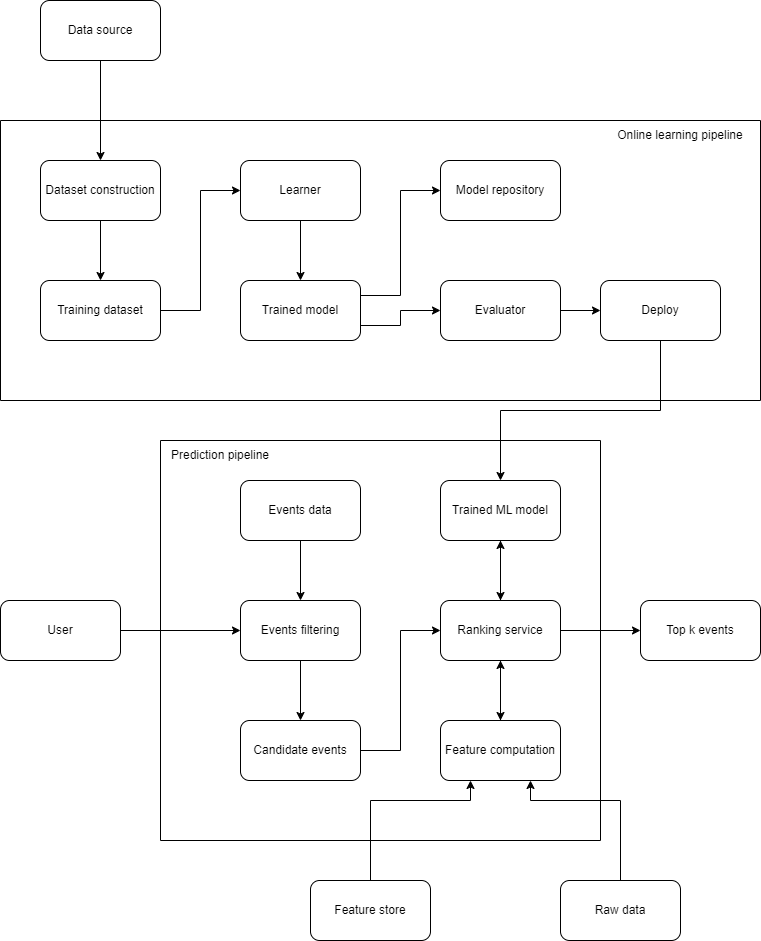
Before: machine-learning/image/machine-learning-system-design-1/event-recommendation-system-1.png, a diagram exported from draw.io (riehseun/riehseun.github.io). Source tidied: cells renumbered, new cells last; positions are measured from the earlier drawing's top-left corner, leaving out a move shared by most shapes. The source it was exported from:
```xml
<mxGraphModel>
  <root>
    <mxCell id="0" />
    <mxCell id="1" parent="0" />
    <mxCell id="2" style="swimlane;startSize=0;" parent="1" vertex="1">
      <mxGeometry y="120" width="760" height="280" as="geometry" />
    </mxCell>
    <mxCell id="3" style="edgeStyle=orthogonalEdgeStyle;rounded=0;jettySize=auto;html=1;exitX=0.5;exitY=1;exitDx=0;exitDy=0;entryX=0.5;entryY=0;entryDx=0;entryDy=0;" parent="2" edge="1" source="4" target="6">
      <mxGeometry relative="1" as="geometry" />
    </mxCell>
    <mxCell id="4" value="Dataset construction" style="rounded=1;whiteSpace=wrap;html=1;" parent="2" vertex="1">
      <mxGeometry x="40" y="40" width="120" height="60" as="geometry" />
    </mxCell>
    <mxCell id="5" style="edgeStyle=orthogonalEdgeStyle;rounded=0;jettySize=auto;html=1;exitX=1;exitY=0.5;exitDx=0;exitDy=0;entryX=0;entryY=0.5;entryDx=0;entryDy=0;" parent="2" edge="1" source="6" target="8">
      <mxGeometry relative="1" as="geometry" />
    </mxCell>
    <mxCell id="6" value="Training dataset" style="rounded=1;whiteSpace=wrap;html=1;" parent="2" vertex="1">
      <mxGeometry x="40" y="160" width="120" height="60" as="geometry" />
    </mxCell>
    <mxCell id="7" style="edgeStyle=orthogonalEdgeStyle;rounded=0;jettySize=auto;html=1;exitX=0.5;exitY=1;exitDx=0;exitDy=0;" parent="2" edge="1" source="8" target="11">
      <mxGeometry relative="1" as="geometry" />
    </mxCell>
    <mxCell id="8" value="Learner" style="rounded=1;whiteSpace=wrap;html=1;" parent="2" vertex="1">
      <mxGeometry x="240" y="40" width="120" height="60" as="geometry" />
    </mxCell>
    <mxCell id="9" style="edgeStyle=orthogonalEdgeStyle;rounded=0;jettySize=auto;html=1;exitX=1;exitY=0.25;exitDx=0;exitDy=0;entryX=0;entryY=0.5;entryDx=0;entryDy=0;" parent="2" edge="1" source="11" target="12">
      <mxGeometry relative="1" as="geometry" />
    </mxCell>
    <mxCell id="10" style="edgeStyle=orthogonalEdgeStyle;rounded=0;jettySize=auto;html=1;exitX=1;exitY=0.75;exitDx=0;exitDy=0;entryX=0;entryY=0.5;entryDx=0;entryDy=0;" parent="2" edge="1" source="11" target="14">
      <mxGeometry relative="1" as="geometry" />
    </mxCell>
    <mxCell id="11" value="Trained model" style="rounded=1;whiteSpace=wrap;html=1;" parent="2" vertex="1">
      <mxGeometry x="240" y="160" width="120" height="60" as="geometry" />
    </mxCell>
    <mxCell id="12" value="Model repository" style="rounded=1;whiteSpace=wrap;html=1;" parent="2" vertex="1">
      <mxGeometry x="440" y="40" width="120" height="60" as="geometry" />
    </mxCell>
    <mxCell id="13" style="edgeStyle=orthogonalEdgeStyle;rounded=0;jettySize=auto;html=1;exitX=1;exitY=0.5;exitDx=0;exitDy=0;entryX=0;entryY=0.5;entryDx=0;entryDy=0;" parent="2" edge="1" source="14" target="15">
      <mxGeometry relative="1" as="geometry" />
    </mxCell>
    <mxCell id="14" value="Evaluator" style="rounded=1;whiteSpace=wrap;html=1;" parent="2" vertex="1">
      <mxGeometry x="440" y="160" width="120" height="60" as="geometry" />
    </mxCell>
    <mxCell id="15" value="Deploy" style="rounded=1;whiteSpace=wrap;html=1;" parent="2" vertex="1">
      <mxGeometry x="600" y="160" width="120" height="60" as="geometry" />
    </mxCell>
    <mxCell id="16" value="Online learning pipeline" style="text;html=1;strokeColor=none;fillColor=none;align=center;verticalAlign=middle;whiteSpace=wrap;rounded=0;" parent="2" vertex="1">
      <mxGeometry x="600" width="160" height="30" as="geometry" />
    </mxCell>
    <mxCell id="17" style="edgeStyle=orthogonalEdgeStyle;rounded=0;jettySize=auto;html=1;exitX=0.5;exitY=1;exitDx=0;exitDy=0;entryX=0.5;entryY=0;entryDx=0;entryDy=0;" parent="1" edge="1" source="18" target="4">
      <mxGeometry relative="1" as="geometry" />
    </mxCell>
    <mxCell id="18" value="Data source" style="rounded=1;whiteSpace=wrap;html=1;" parent="1" vertex="1">
      <mxGeometry x="40" width="120" height="60" as="geometry" />
    </mxCell>
    <mxCell id="19" style="swimlane;startSize=0;" parent="1" vertex="1">
      <mxGeometry x="160" y="440" width="440" height="400" as="geometry" />
    </mxCell>
    <mxCell id="20" style="edgeStyle=orthogonalEdgeStyle;rounded=0;jettySize=auto;html=1;exitX=0.5;exitY=1;exitDx=0;exitDy=0;entryX=0.5;entryY=0;entryDx=0;entryDy=0;" parent="19" edge="1" source="21" target="24">
      <mxGeometry relative="1" as="geometry" />
    </mxCell>
    <mxCell id="21" value="Trained ML model" style="rounded=1;whiteSpace=wrap;html=1;" parent="19" vertex="1">
      <mxGeometry x="280" y="40" width="120" height="60" as="geometry" />
    </mxCell>
    <mxCell id="22" style="edgeStyle=orthogonalEdgeStyle;rounded=0;jettySize=auto;html=1;exitX=0.5;exitY=1;exitDx=0;exitDy=0;entryX=0.5;entryY=0;entryDx=0;entryDy=0;" parent="19" edge="1" source="24" target="26">
      <mxGeometry relative="1" as="geometry" />
    </mxCell>
    <mxCell id="23" style="edgeStyle=orthogonalEdgeStyle;rounded=0;jettySize=auto;html=1;exitX=0.5;exitY=0;exitDx=0;exitDy=0;entryX=0.5;entryY=1;entryDx=0;entryDy=0;" parent="19" edge="1" source="24" target="21">
      <mxGeometry relative="1" as="geometry" />
    </mxCell>
    <mxCell id="24" value="Ranking service" style="rounded=1;whiteSpace=wrap;html=1;" parent="19" vertex="1">
      <mxGeometry x="280" y="160" width="120" height="60" as="geometry" />
    </mxCell>
    <mxCell id="25" style="edgeStyle=orthogonalEdgeStyle;rounded=0;jettySize=auto;html=1;exitX=0.5;exitY=0;exitDx=0;exitDy=0;" parent="19" edge="1" source="26" target="24">
      <mxGeometry relative="1" as="geometry" />
    </mxCell>
    <mxCell id="26" value="Feature computation" style="rounded=1;whiteSpace=wrap;html=1;" parent="19" vertex="1">
      <mxGeometry x="280" y="280" width="120" height="60" as="geometry" />
    </mxCell>
    <mxCell id="27" style="edgeStyle=orthogonalEdgeStyle;rounded=0;jettySize=auto;html=1;exitX=0.5;exitY=1;exitDx=0;exitDy=0;entryX=0.5;entryY=0;entryDx=0;entryDy=0;" parent="19" edge="1" source="28" target="32">
      <mxGeometry relative="1" as="geometry" />
    </mxCell>
    <mxCell id="28" value="Events filtering" style="rounded=1;whiteSpace=wrap;html=1;" parent="19" vertex="1">
      <mxGeometry x="80" y="160" width="120" height="60" as="geometry" />
    </mxCell>
    <mxCell id="29" style="edgeStyle=orthogonalEdgeStyle;rounded=0;jettySize=auto;html=1;exitX=0.5;exitY=1;exitDx=0;exitDy=0;entryX=0.5;entryY=0;entryDx=0;entryDy=0;" parent="19" edge="1" source="30" target="28">
      <mxGeometry relative="1" as="geometry" />
    </mxCell>
    <mxCell id="30" value="Events data" style="rounded=1;whiteSpace=wrap;html=1;" parent="19" vertex="1">
      <mxGeometry x="80" y="40" width="120" height="60" as="geometry" />
    </mxCell>
    <mxCell id="31" style="edgeStyle=orthogonalEdgeStyle;rounded=0;jettySize=auto;html=1;exitX=1;exitY=0.5;exitDx=0;exitDy=0;entryX=0;entryY=0.5;entryDx=0;entryDy=0;" parent="19" edge="1" source="32" target="24">
      <mxGeometry relative="1" as="geometry" />
    </mxCell>
    <mxCell id="32" value="Candidate events" style="rounded=1;whiteSpace=wrap;html=1;" parent="19" vertex="1">
      <mxGeometry x="80" y="280" width="120" height="60" as="geometry" />
    </mxCell>
    <mxCell id="33" value="Prediction pipeline" style="text;html=1;strokeColor=none;fillColor=none;align=center;verticalAlign=middle;whiteSpace=wrap;rounded=0;" parent="19" vertex="1">
      <mxGeometry width="120" height="30" as="geometry" />
    </mxCell>
    <mxCell id="34" style="edgeStyle=orthogonalEdgeStyle;rounded=0;jettySize=auto;html=1;exitX=0.5;exitY=0;exitDx=0;exitDy=0;entryX=0.25;entryY=1;entryDx=0;entryDy=0;" parent="1" edge="1" source="35" target="26">
      <mxGeometry relative="1" as="geometry">
        <Array as="points">
          <mxPoint x="370" y="800" />
          <mxPoint x="470" y="800" />
        </Array>
      </mxGeometry>
    </mxCell>
    <mxCell id="35" value="Feature store" style="rounded=1;whiteSpace=wrap;html=1;" parent="1" vertex="1">
      <mxGeometry x="310" y="880" width="120" height="60" as="geometry" />
    </mxCell>
    <mxCell id="36" style="edgeStyle=orthogonalEdgeStyle;rounded=0;jettySize=auto;html=1;exitX=0.5;exitY=0;exitDx=0;exitDy=0;entryX=0.75;entryY=1;entryDx=0;entryDy=0;" parent="1" edge="1" source="37" target="26">
      <mxGeometry relative="1" as="geometry">
        <Array as="points">
          <mxPoint x="620" y="800" />
          <mxPoint x="530" y="800" />
        </Array>
      </mxGeometry>
    </mxCell>
    <mxCell id="37" value="Raw data" style="rounded=1;whiteSpace=wrap;html=1;" parent="1" vertex="1">
      <mxGeometry x="560" y="880" width="120" height="60" as="geometry" />
    </mxCell>
    <mxCell id="38" style="edgeStyle=orthogonalEdgeStyle;rounded=0;jettySize=auto;html=1;exitX=1;exitY=0.5;exitDx=0;exitDy=0;entryX=0;entryY=0.5;entryDx=0;entryDy=0;" parent="1" edge="1" source="39" target="28">
      <mxGeometry relative="1" as="geometry" />
    </mxCell>
    <mxCell id="39" value="User" style="rounded=1;whiteSpace=wrap;html=1;" parent="1" vertex="1">
      <mxGeometry y="600" width="120" height="60" as="geometry" />
    </mxCell>
    <mxCell id="40" value="Top k events" style="rounded=1;whiteSpace=wrap;html=1;" parent="1" vertex="1">
      <mxGeometry x="640" y="600" width="120" height="60" as="geometry" />
    </mxCell>
    <mxCell id="41" style="edgeStyle=orthogonalEdgeStyle;rounded=0;jettySize=auto;html=1;exitX=1;exitY=0.5;exitDx=0;exitDy=0;entryX=0;entryY=0.5;entryDx=0;entryDy=0;" parent="1" edge="1" source="24" target="40">
      <mxGeometry relative="1" as="geometry" />
    </mxCell>
    <mxCell id="42" style="edgeStyle=orthogonalEdgeStyle;rounded=0;jettySize=auto;html=1;exitX=0.5;exitY=1;exitDx=0;exitDy=0;entryX=0.5;entryY=0;entryDx=0;entryDy=0;" parent="1" edge="1" source="15" target="21">
      <mxGeometry relative="1" as="geometry" />
    </mxCell>
  </root>
</mxGraphModel>
```
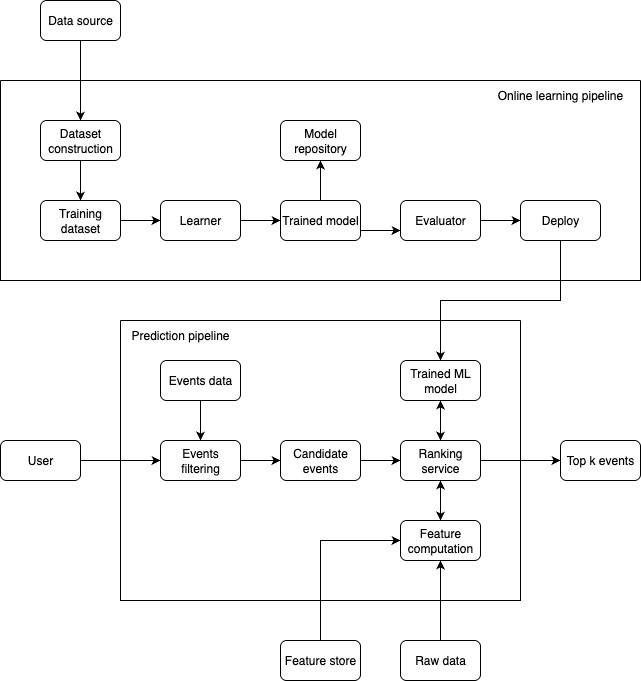
After the commit.

Diff of the diagram source:
```diff
@@ -3,64 +3,64 @@
     <mxCell id="0" />
     <mxCell id="1" parent="0" />
     <mxCell id="2" style="swimlane;startSize=0;" parent="1" vertex="1">
-      <mxGeometry y="120" width="760" height="280" as="geometry" />
+      <mxGeometry y="120" width="640" height="200" as="geometry" />
     </mxCell>
     <mxCell id="3" style="edgeStyle=orthogonalEdgeStyle;rounded=0;jettySize=auto;html=1;exitX=0.5;exitY=1;exitDx=0;exitDy=0;entryX=0.5;entryY=0;entryDx=0;entryDy=0;" parent="2" edge="1" source="4" target="6">
       <mxGeometry relative="1" as="geometry" />
     </mxCell>
     <mxCell id="4" value="Dataset construction" style="rounded=1;whiteSpace=wrap;html=1;" parent="2" vertex="1">
-      <mxGeometry x="40" y="40" width="120" height="60" as="geometry" />
+      <mxGeometry x="40" y="40" width="80" height="40" as="geometry" />
     </mxCell>
     <mxCell id="5" style="edgeStyle=orthogonalEdgeStyle;rounded=0;jettySize=auto;html=1;exitX=1;exitY=0.5;exitDx=0;exitDy=0;entryX=0;entryY=0.5;entryDx=0;entryDy=0;" parent="2" edge="1" source="6" target="8">
       <mxGeometry relative="1" as="geometry" />
     </mxCell>
     <mxCell id="6" value="Training dataset" style="rounded=1;whiteSpace=wrap;html=1;" parent="2" vertex="1">
-      <mxGeometry x="40" y="160" width="120" height="60" as="geometry" />
+      <mxGeometry x="40" y="120" width="80" height="40" as="geometry" />
     </mxCell>
-    <mxCell id="7" style="edgeStyle=orthogonalEdgeStyle;rounded=0;jettySize=auto;html=1;exitX=0.5;exitY=1;exitDx=0;exitDy=0;" parent="2" edge="1" source="8" target="11">
+    <mxCell id="7" style="edgeStyle=orthogonalEdgeStyle;rounded=0;jettySize=auto;html=1;exitX=1;exitY=0.5;exitDx=0;exitDy=0;entryX=0;entryY=0.5;entryDx=0;entryDy=0;" parent="2" edge="1" source="8" target="11">
       <mxGeometry relative="1" as="geometry" />
     </mxCell>
     <mxCell id="8" value="Learner" style="rounded=1;whiteSpace=wrap;html=1;" parent="2" vertex="1">
-      <mxGeometry x="240" y="40" width="120" height="60" as="geometry" />
+      <mxGeometry x="160" y="120" width="80" height="40" as="geometry" />
     </mxCell>
+    <mxCell id="10" style="edgeStyle=orthogonalEdgeStyle;rounded=0;jettySize=auto;html=1;exitX=1;exitY=0.75;exitDx=0;exitDy=0;entryX=0;entryY=0.75;entryDx=0;entryDy=0;" parent="2" edge="1" source="11" target="14">
+      <mxGeometry relative="1" as="geometry" />
+    </mxCell>
-    <mxCell id="9" style="edgeStyle=orthogonalEdgeStyle;rounded=0;jettySize=auto;html=1;exitX=1;exitY=0.25;exitDx=0;exitDy=0;entryX=0;entryY=0.5;entryDx=0;entryDy=0;" parent="2" edge="1" source="11" target="12">
+    <mxCell id="9" style="edgeStyle=orthogonalEdgeStyle;rounded=0;jettySize=auto;html=1;exitX=0.5;exitY=0;exitDx=0;exitDy=0;entryX=0.5;entryY=1;entryDx=0;entryDy=0;" parent="2" edge="1" source="11" target="12">
       <mxGeometry relative="1" as="geometry" />
     </mxCell>
-    <mxCell id="10" style="edgeStyle=orthogonalEdgeStyle;rounded=0;jettySize=auto;html=1;exitX=1;exitY=0.75;exitDx=0;exitDy=0;entryX=0;entryY=0.5;entryDx=0;entryDy=0;" parent="2" edge="1" source="11" target="14">
-      <mxGeometry relative="1" as="geometry" />
-    </mxCell>
     <mxCell id="11" value="Trained model" style="rounded=1;whiteSpace=wrap;html=1;" parent="2" vertex="1">
-      <mxGeometry x="240" y="160" width="120" height="60" as="geometry" />
+      <mxGeometry x="280" y="120" width="80" height="40" as="geometry" />
     </mxCell>
     <mxCell id="12" value="Model repository" style="rounded=1;whiteSpace=wrap;html=1;" parent="2" vertex="1">
-      <mxGeometry x="440" y="40" width="120" height="60" as="geometry" />
+      <mxGeometry x="280" y="40" width="80" height="40" as="geometry" />
     </mxCell>
     <mxCell id="13" style="edgeStyle=orthogonalEdgeStyle;rounded=0;jettySize=auto;html=1;exitX=1;exitY=0.5;exitDx=0;exitDy=0;entryX=0;entryY=0.5;entryDx=0;entryDy=0;" parent="2" edge="1" source="14" target="15">
       <mxGeometry relative="1" as="geometry" />
     </mxCell>
     <mxCell id="14" value="Evaluator" style="rounded=1;whiteSpace=wrap;html=1;" parent="2" vertex="1">
-      <mxGeometry x="440" y="160" width="120" height="60" as="geometry" />
+      <mxGeometry x="400" y="120" width="80" height="40" as="geometry" />
     </mxCell>
     <mxCell id="15" value="Deploy" style="rounded=1;whiteSpace=wrap;html=1;" parent="2" vertex="1">
-      <mxGeometry x="600" y="160" width="120" height="60" as="geometry" />
+      <mxGeometry x="520" y="120" width="80" height="40" as="geometry" />
     </mxCell>
     <mxCell id="16" value="Online learning pipeline" style="text;html=1;strokeColor=none;fillColor=none;align=center;verticalAlign=middle;whiteSpace=wrap;rounded=0;" parent="2" vertex="1">
-      <mxGeometry x="600" width="160" height="30" as="geometry" />
+      <mxGeometry x="480" width="160" height="30" as="geometry" />
     </mxCell>
     <mxCell id="17" style="edgeStyle=orthogonalEdgeStyle;rounded=0;jettySize=auto;html=1;exitX=0.5;exitY=1;exitDx=0;exitDy=0;entryX=0.5;entryY=0;entryDx=0;entryDy=0;" parent="1" edge="1" source="18" target="4">
       <mxGeometry relative="1" as="geometry" />
     </mxCell>
     <mxCell id="18" value="Data source" style="rounded=1;whiteSpace=wrap;html=1;" parent="1" vertex="1">
-      <mxGeometry x="40" width="120" height="60" as="geometry" />
+      <mxGeometry x="40" y="40" width="80" height="40" as="geometry" />
     </mxCell>
     <mxCell id="19" style="swimlane;startSize=0;" parent="1" vertex="1">
-      <mxGeometry x="160" y="440" width="440" height="400" as="geometry" />
+      <mxGeometry x="120" y="360" width="400" height="280" as="geometry" />
     </mxCell>
     <mxCell id="20" style="edgeStyle=orthogonalEdgeStyle;rounded=0;jettySize=auto;html=1;exitX=0.5;exitY=1;exitDx=0;exitDy=0;entryX=0.5;entryY=0;entryDx=0;entryDy=0;" parent="19" edge="1" source="21" target="24">
       <mxGeometry relative="1" as="geometry" />
     </mxCell>
     <mxCell id="21" value="Trained ML model" style="rounded=1;whiteSpace=wrap;html=1;" parent="19" vertex="1">
-      <mxGeometry x="280" y="40" width="120" height="60" as="geometry" />
+      <mxGeometry x="280" y="40" width="80" height="40" as="geometry" />
     </mxCell>
     <mxCell id="22" style="edgeStyle=orthogonalEdgeStyle;rounded=0;jettySize=auto;html=1;exitX=0.5;exitY=1;exitDx=0;exitDy=0;entryX=0.5;entryY=0;entryDx=0;entryDy=0;" parent="19" edge="1" source="24" target="26">
       <mxGeometry relative="1" as="geometry" />
@@ -69,65 +69,55 @@
       <mxGeometry relative="1" as="geometry" />
     </mxCell>
     <mxCell id="24" value="Ranking service" style="rounded=1;whiteSpace=wrap;html=1;" parent="19" vertex="1">
-      <mxGeometry x="280" y="160" width="120" height="60" as="geometry" />
+      <mxGeometry x="280" y="120" width="80" height="40" as="geometry" />
     </mxCell>
     <mxCell id="25" style="edgeStyle=orthogonalEdgeStyle;rounded=0;jettySize=auto;html=1;exitX=0.5;exitY=0;exitDx=0;exitDy=0;" parent="19" edge="1" source="26" target="24">
       <mxGeometry relative="1" as="geometry" />
     </mxCell>
     <mxCell id="26" value="Feature computation" style="rounded=1;whiteSpace=wrap;html=1;" parent="19" vertex="1">
-      <mxGeometry x="280" y="280" width="120" height="60" as="geometry" />
+      <mxGeometry x="280" y="200" width="80" height="40" as="geometry" />
     </mxCell>
-    <mxCell id="27" style="edgeStyle=orthogonalEdgeStyle;rounded=0;jettySize=auto;html=1;exitX=0.5;exitY=1;exitDx=0;exitDy=0;entryX=0.5;entryY=0;entryDx=0;entryDy=0;" parent="19" edge="1" source="28" target="32">
+    <mxCell id="27" style="edgeStyle=orthogonalEdgeStyle;rounded=0;jettySize=auto;html=1;exitX=1;exitY=0.5;exitDx=0;exitDy=0;entryX=0;entryY=0.5;entryDx=0;entryDy=0;" parent="19" edge="1" source="28" target="32">
       <mxGeometry relative="1" as="geometry" />
     </mxCell>
     <mxCell id="28" value="Events filtering" style="rounded=1;whiteSpace=wrap;html=1;" parent="19" vertex="1">
-      <mxGeometry x="80" y="160" width="120" height="60" as="geometry" />
+      <mxGeometry x="40" y="120" width="80" height="40" as="geometry" />
     </mxCell>
     <mxCell id="29" style="edgeStyle=orthogonalEdgeStyle;rounded=0;jettySize=auto;html=1;exitX=0.5;exitY=1;exitDx=0;exitDy=0;entryX=0.5;entryY=0;entryDx=0;entryDy=0;" parent="19" edge="1" source="30" target="28">
       <mxGeometry relative="1" as="geometry" />
     </mxCell>
     <mxCell id="30" value="Events data" style="rounded=1;whiteSpace=wrap;html=1;" parent="19" vertex="1">
-      <mxGeometry x="80" y="40" width="120" height="60" as="geometry" />
+      <mxGeometry x="40" y="40" width="80" height="40" as="geometry" />
     </mxCell>
     <mxCell id="31" style="edgeStyle=orthogonalEdgeStyle;rounded=0;jettySize=auto;html=1;exitX=1;exitY=0.5;exitDx=0;exitDy=0;entryX=0;entryY=0.5;entryDx=0;entryDy=0;" parent="19" edge="1" source="32" target="24">
       <mxGeometry relative="1" as="geometry" />
     </mxCell>
     <mxCell id="32" value="Candidate events" style="rounded=1;whiteSpace=wrap;html=1;" parent="19" vertex="1">
-      <mxGeometry x="80" y="280" width="120" height="60" as="geometry" />
+      <mxGeometry x="160" y="120" width="80" height="40" as="geometry" />
     </mxCell>
     <mxCell id="33" value="Prediction pipeline" style="text;html=1;strokeColor=none;fillColor=none;align=center;verticalAlign=middle;whiteSpace=wrap;rounded=0;" parent="19" vertex="1">
       <mxGeometry width="120" height="30" as="geometry" />
     </mxCell>
-    <mxCell id="34" style="edgeStyle=orthogonalEdgeStyle;rounded=0;jettySize=auto;html=1;exitX=0.5;exitY=0;exitDx=0;exitDy=0;entryX=0.25;entryY=1;entryDx=0;entryDy=0;" parent="1" edge="1" source="35" target="26">
-      <mxGeometry relative="1" as="geometry">
-        <Array as="points">
-          <mxPoint x="370" y="800" />
-          <mxPoint x="470" y="800" />
-        </Array>
-      </mxGeometry>
+    <mxCell id="34" style="edgeStyle=orthogonalEdgeStyle;rounded=0;jettySize=auto;html=1;exitX=0.5;exitY=0;exitDx=0;exitDy=0;entryX=0;entryY=0.5;entryDx=0;entryDy=0;" parent="1" edge="1" source="35" target="26">
+      <mxGeometry relative="1" as="geometry" />
     </mxCell>
     <mxCell id="35" value="Feature store" style="rounded=1;whiteSpace=wrap;html=1;" parent="1" vertex="1">
-      <mxGeometry x="310" y="880" width="120" height="60" as="geometry" />
+      <mxGeometry x="280" y="680" width="80" height="40" as="geometry" />
     </mxCell>
-    <mxCell id="36" style="edgeStyle=orthogonalEdgeStyle;rounded=0;jettySize=auto;html=1;exitX=0.5;exitY=0;exitDx=0;exitDy=0;entryX=0.75;entryY=1;entryDx=0;entryDy=0;" parent="1" edge="1" source="37" target="26">
-      <mxGeometry relative="1" as="geometry">
-        <Array as="points">
-          <mxPoint x="620" y="800" />
-          <mxPoint x="530" y="800" />
-        </Array>
-      </mxGeometry>
+    <mxCell id="36" style="edgeStyle=orthogonalEdgeStyle;rounded=0;jettySize=auto;html=1;exitX=0.5;exitY=0;exitDx=0;exitDy=0;entryX=0.5;entryY=1;entryDx=0;entryDy=0;" parent="1" edge="1" source="37" target="26">
+      <mxGeometry relative="1" as="geometry" />
     </mxCell>
     <mxCell id="37" value="Raw data" style="rounded=1;whiteSpace=wrap;html=1;" parent="1" vertex="1">
-      <mxGeometry x="560" y="880" width="120" height="60" as="geometry" />
+      <mxGeometry x="400" y="680" width="80" height="40" as="geometry" />
     </mxCell>
     <mxCell id="38" style="edgeStyle=orthogonalEdgeStyle;rounded=0;jettySize=auto;html=1;exitX=1;exitY=0.5;exitDx=0;exitDy=0;entryX=0;entryY=0.5;entryDx=0;entryDy=0;" parent="1" edge="1" source="39" target="28">
       <mxGeometry relative="1" as="geometry" />
     </mxCell>
     <mxCell id="39" value="User" style="rounded=1;whiteSpace=wrap;html=1;" parent="1" vertex="1">
-      <mxGeometry y="600" width="120" height="60" as="geometry" />
+      <mxGeometry y="480" width="80" height="40" as="geometry" />
     </mxCell>
     <mxCell id="40" value="Top k events" style="rounded=1;whiteSpace=wrap;html=1;" parent="1" vertex="1">
-      <mxGeometry x="640" y="600" width="120" height="60" as="geometry" />
+      <mxGeometry x="560" y="480" width="80" height="40" as="geometry" />
     </mxCell>
     <mxCell id="41" style="edgeStyle=orthogonalEdgeStyle;rounded=0;jettySize=auto;html=1;exitX=1;exitY=0.5;exitDx=0;exitDy=0;entryX=0;entryY=0.5;entryDx=0;entryDy=0;" parent="1" edge="1" source="24" target="40">
       <mxGeometry relative="1" as="geometry" />
```
